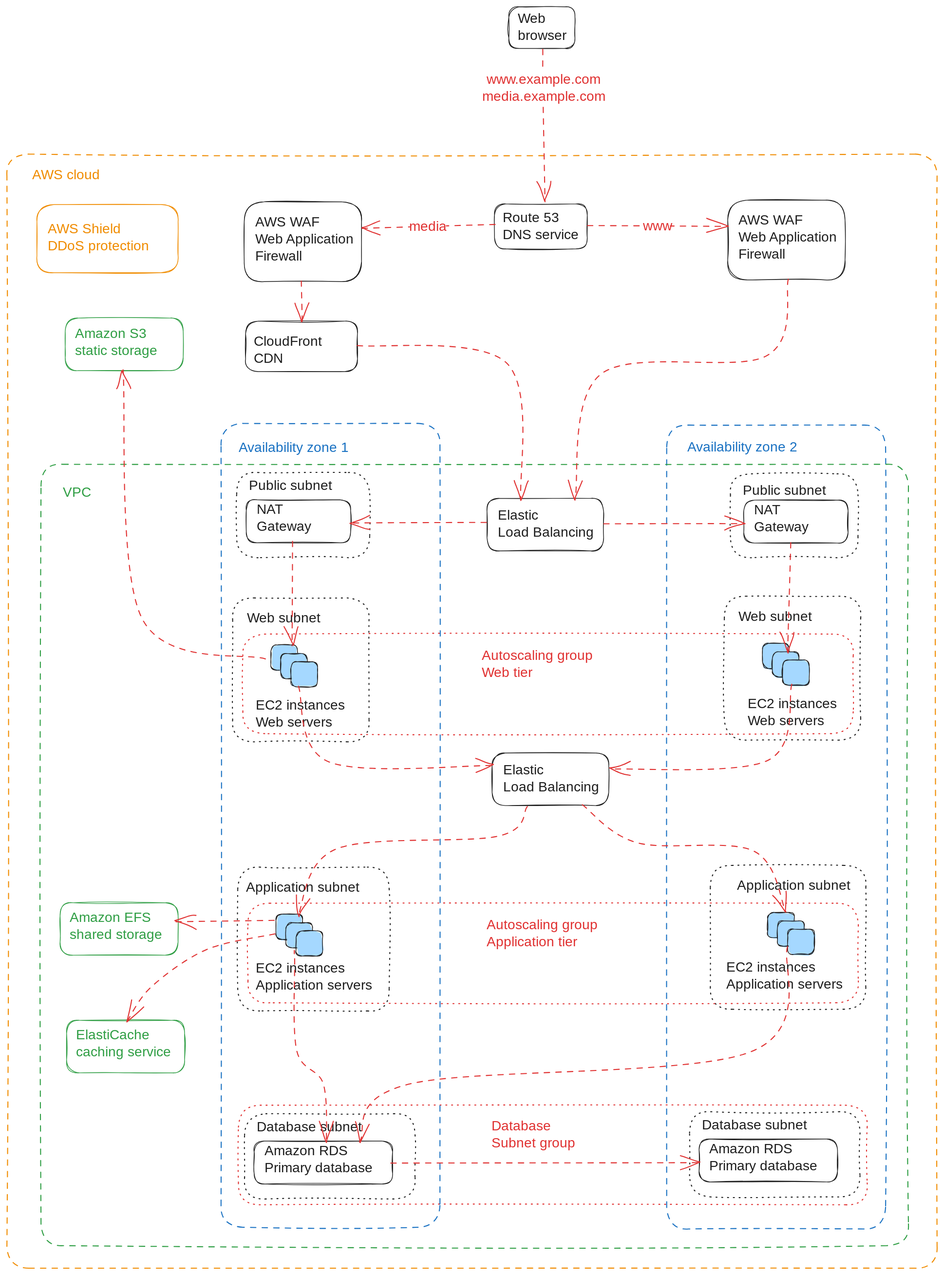
Above: content/docs/devops/blueprints/aws-3tier-webapp.excalidraw.svg in dpurge/dpurge.github.io (Excalidraw), before the change. Source tidied: one line per element, renumbered; positions are measured from the earlier drawing's top-left corner, leaving out a move shared by most shapes.
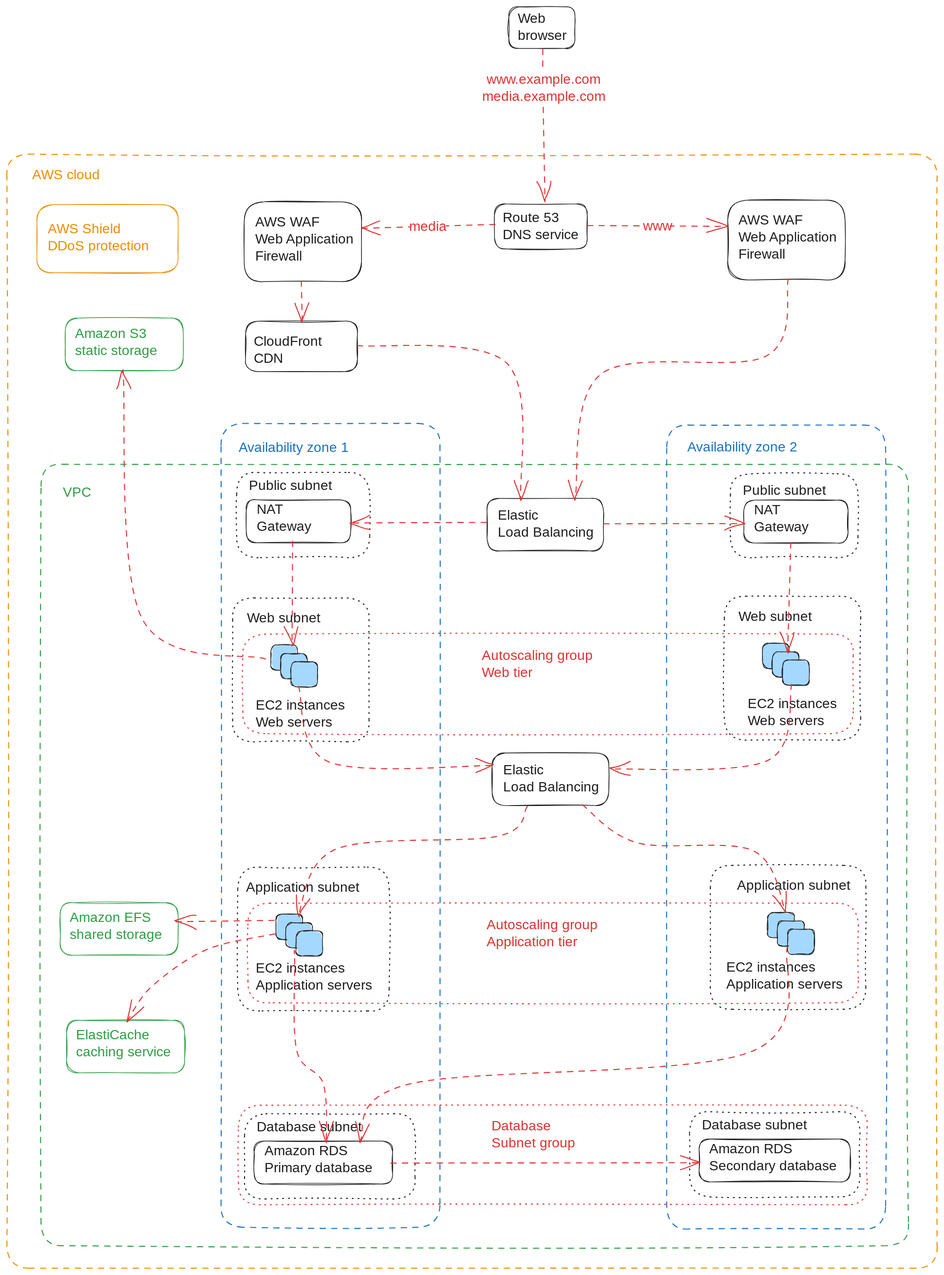
The same diagram one commit later.

Commit message:
3-tier webapp

What changed in the source:
```diff
@@ -52,8 +52,8 @@
 {"id": 51, "type": "rectangle", "strokeColor": "#1e1e1e", "strokeWidth": 1, "roughness": 1, "round": true, "x": 362, "y": 1664, "width": 203, "height": 63}
 {"id": 52, "type": "text", "text": "Database subnet", "strokeColor": "#1e1e1e", "strokeWidth": 1, "roughness": 1, "fontSize": 20, "fontFamily": 1, "x": 366, "y": 1632, "width": 173, "height": 25}
 {"id": 53, "type": "rectangle", "strokeColor": "#1e1e1e", "strokeWidth": 1, "strokeStyle": "dotted", "roughness": 1, "round": true, "x": 348, "y": 1624, "width": 250, "height": 125}
-{"id": 54, "type": "text", "text": "Amazon RDS\nPrimary database", "strokeColor": "#1e1e1e", "strokeWidth": 1, "roughness": 1, "fontSize": 20, "fontFamily": 1, "x": 1030, "y": 1664, "width": 175, "height": 50}
+{"id": 54, "type": "text", "text": "Amazon RDS\nSecondary database", "strokeColor": "#1e1e1e", "strokeWidth": 1, "roughness": 1, "fontSize": 20, "fontFamily": 1, "x": 1030, "y": 1664, "width": 201, "height": 50}
-{"id": 55, "type": "rectangle", "strokeColor": "#1e1e1e", "strokeWidth": 1, "roughness": 1, "round": true, "x": 1015, "y": 1660, "width": 203, "height": 63}
+{"id": 55, "type": "rectangle", "strokeColor": "#1e1e1e", "strokeWidth": 1, "roughness": 1, "round": true, "x": 1015, "y": 1660, "width": 222, "height": 63}
 {"id": 56, "type": "text", "text": "Database subnet", "strokeColor": "#1e1e1e", "strokeWidth": 1, "roughness": 1, "fontSize": 20, "fontFamily": 1, "x": 1019, "y": 1628, "width": 173, "height": 25}
 {"id": 57, "type": "rectangle", "strokeColor": "#1e1e1e", "strokeWidth": 1, "strokeStyle": "dotted", "roughness": 1, "round": true, "x": 1001, "y": 1620, "width": 250, "height": 125}
 {"id": 58, "type": "rectangle", "strokeColor": "#e03131", "strokeWidth": 1, "strokeStyle": "dotted", "roughness": 1, "round": true, "x": 339, "y": 1611, "width": 922, "height": 146}
```
